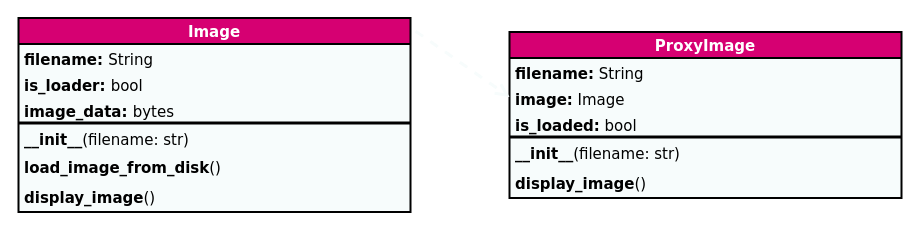
Before: Investigacion/ProxyExample.drawio in Edu-Ram/Requerimientos, a draw.io diagram. Source tidied: cells renumbered, new cells numbered last; positions are measured from the earlier drawing's top-left corner, leaving out a move shared by most shapes. Both pictures are drawn from the tidied source at 100%, with x=0, y=0 at pixel (18, 18).
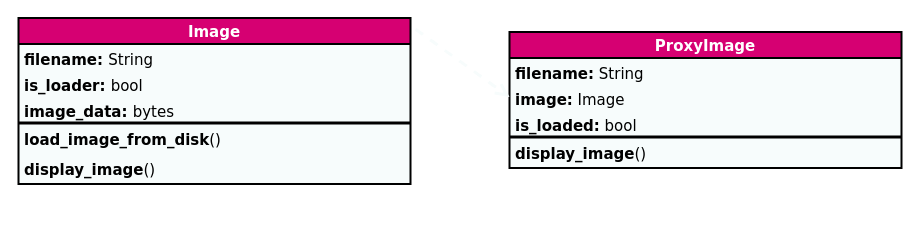
Above is the later version.

The edit, as a diff of the source:
```diff
@@
 <mxGraphModel>
   <root>
     <mxCell id="0" />
     <mxCell id="1" parent="0" />
     <mxCell id="2" value="ProxyImage             " style="swimlane;fontStyle=1;horizontal=1;startSize=26;fillColor=#D60072;whiteSpace=wrap;html=1;fontColor=#ffffff;strokeColor=#000000;fontSize=15;strokeWidth=2;swimlaneFillColor=#F7FCFC;fontFamily=Verdana;" parent="1" vertex="1">
-      <mxGeometry x="491" y="13.5" width="392" height="166" as="geometry" />
+      <mxGeometry x="491" y="13.5" width="392" height="136" as="geometry" />
     </mxCell>
     <mxCell id="3" value="&lt;b&gt;filename:&lt;/b&gt;&amp;nbsp;String" style="text;strokeColor=none;fillColor=none;align=left;verticalAlign=top;spacingLeft=4;spacingRight=4;overflow=hidden;whiteSpace=wrap;html=1;fontColor=#000000;fontSize=15;fontFamily=Verdana;" parent="2" vertex="1">
       <mxGeometry y="26" width="392" height="26" as="geometry" />
     </mxCell>
     <mxCell id="4" value="&lt;b&gt;image:&lt;/b&gt; Image" style="text;strokeColor=none;fillColor=none;align=left;verticalAlign=top;spacingLeft=4;spacingRight=4;overflow=hidden;points=[[0,0.5],[1,0.5]];portConstraint=eastwest;whiteSpace=wrap;html=1;fontColor=#000000;fontSize=15;fontFamily=Verdana;" parent="2" vertex="1">
       <mxGeometry y="52" width="392" height="26" as="geometry" />
     </mxCell>
     <mxCell id="5" value="&lt;b&gt;is_loaded:&lt;/b&gt; bool" style="text;strokeColor=none;fillColor=none;align=left;verticalAlign=top;spacingLeft=4;spacingRight=4;overflow=hidden;whiteSpace=wrap;html=1;fontColor=#000000;fontSize=15;fontFamily=Verdana;" parent="2" vertex="1">
       <mxGeometry y="78" width="392" height="26" as="geometry" />
     </mxCell>
     <mxCell id="6" style="line;strokeWidth=3;fillColor=none;align=left;verticalAlign=middle;spacingTop=-1;spacingLeft=3;spacingRight=3;labelPosition=right;strokeColor=inherit;fontColor=#000000;fontSize=15;fontFamily=Verdana;" parent="2" vertex="1">
       <mxGeometry y="104" width="392" height="2" as="geometry" />
     </mxCell>
-    <mxCell id="7" value="&lt;b&gt;__init__&lt;/b&gt;(filename: str)" style="text;strokeColor=none;fillColor=none;align=left;verticalAlign=top;spacingLeft=4;spacingRight=4;overflow=hidden;whiteSpace=wrap;html=1;fontColor=#000000;fontSize=15;fontFamily=Verdana;" parent="2" vertex="1">
-      <mxGeometry y="106" width="392" height="30" as="geometry" />
-    </mxCell>
     <mxCell id="8" value="&lt;b&gt;display_image&lt;/b&gt;()" style="text;strokeColor=none;fillColor=none;align=left;verticalAlign=top;spacingLeft=4;spacingRight=4;overflow=hidden;whiteSpace=wrap;html=1;fontColor=#000000;fontSize=15;fontFamily=Verdana;" parent="2" vertex="1">
-      <mxGeometry y="136" width="392" height="30" as="geometry" />
+      <mxGeometry y="106" width="392" height="30" as="geometry" />
     </mxCell>
     <mxCell id="9" value="Image" style="swimlane;fontStyle=1;horizontal=1;startSize=26;fillColor=#D60072;whiteSpace=wrap;html=1;points=[[0,0,0,0,0],[0,0.25,0,0,0],[0,0.5,0,0,0],[0,0.75,0,0,0],[0,1,0,0,0],[0.25,0,0,0,0],[0.25,1,0,0,0],[0.5,0,0,0,0],[0.5,1,0,0,0],[0.75,0,0,0,0],[0.75,1,0,0,0],[1,0,0,0,0],[1,0.25,0,0,0],[1,0.5,0,0,0],[1,0.75,0,0,0],[1,1,0,0,0]];fontColor=#ffffff;strokeColor=#000000;fontSize=15;strokeWidth=2;swimlaneFillColor=#F7FCFC;fontFamily=Verdana;" parent="1" vertex="1">
-      <mxGeometry y="-0.5" width="392" height="194" as="geometry" />
+      <mxGeometry y="-0.5" width="392" height="166" as="geometry" />
     </mxCell>
     <mxCell id="10" value="&lt;b&gt;filename: &lt;/b&gt;String" style="text;strokeColor=none;fillColor=none;align=left;verticalAlign=top;spacingLeft=4;spacingRight=4;overflow=hidden;whiteSpace=wrap;html=1;fontColor=#000000;fontSize=15;fontFamily=Verdana;" parent="9" vertex="1">
       <mxGeometry y="26" width="392" height="26" as="geometry" />
     </mxCell>
     <mxCell id="11" value="&lt;b&gt;is_loader: &lt;/b&gt;bool" style="text;strokeColor=none;fillColor=none;align=left;verticalAlign=top;spacingLeft=4;spacingRight=4;overflow=hidden;whiteSpace=wrap;html=1;fontColor=#000000;fontSize=15;fontFamily=Verdana;" parent="9" vertex="1">
       <mxGeometry y="52" width="392" height="26" as="geometry" />
     </mxCell>
     <mxCell id="12" value="&lt;b&gt;image_data: &lt;/b&gt;bytes" style="text;strokeColor=none;fillColor=none;align=left;verticalAlign=top;spacingLeft=4;spacingRight=4;overflow=hidden;whiteSpace=wrap;html=1;fontColor=#000000;fontSize=15;fontFamily=Verdana;" parent="9" vertex="1">
       <mxGeometry y="78" width="392" height="26" as="geometry" />
     </mxCell>
     <mxCell id="13" style="line;strokeWidth=3;fillColor=none;align=left;verticalAlign=middle;spacingTop=-1;spacingLeft=3;spacingRight=3;labelPosition=right;strokeColor=inherit;fontColor=#000000;fontSize=15;fontFamily=Verdana;" parent="9" vertex="1">
       <mxGeometry y="104" width="392" height="2" as="geometry" />
     </mxCell>
-    <mxCell id="14" value="&lt;b&gt;__init__&lt;/b&gt;(filename: str)" style="text;strokeColor=none;fillColor=none;align=left;verticalAlign=top;spacingLeft=4;spacingRight=4;overflow=hidden;whiteSpace=wrap;html=1;fontColor=#000000;fontSize=15;fontFamily=Verdana;" parent="9" vertex="1">
-      <mxGeometry y="106" width="392" height="28" as="geometry" />
-    </mxCell>
     <mxCell id="15" value="&lt;b&gt;load_image_from_disk&lt;/b&gt;()" style="text;strokeColor=none;fillColor=none;align=left;verticalAlign=top;spacingLeft=4;spacingRight=4;overflow=hidden;whiteSpace=wrap;html=1;fontColor=#000000;fontSize=15;fontFamily=Verdana;" parent="9" vertex="1">
-      <mxGeometry y="134" width="392" height="30" as="geometry" />
+      <mxGeometry y="106" width="392" height="30" as="geometry" />
     </mxCell>
     <mxCell id="16" value="&lt;b&gt;display_image&lt;/b&gt;()" style="text;strokeColor=none;fillColor=none;align=left;verticalAlign=top;spacingLeft=4;spacingRight=4;overflow=hidden;whiteSpace=wrap;html=1;fontColor=#000000;fontSize=15;fontFamily=Verdana;" parent="9" vertex="1">
-      <mxGeometry y="164" width="392" height="30" as="geometry" />
+      <mxGeometry y="136" width="392" height="30" as="geometry" />
     </mxCell>
     <mxCell id="17" style="html=1;verticalAlign=bottom;endArrow=open;dashed=1;endSize=8;curved=0;rounded=0;strokeColor=#F7FCFC;strokeWidth=3;exitX=1.013;exitY=0.068;exitDx=0;exitDy=0;entryX=0;entryY=0.5;entryDx=0;entryDy=0;exitPerimeter=0;" parent="1" edge="1" source="9" target="4">
       <mxGeometry relative="1" as="geometry" />
     </mxCell>
   </root>
 </mxGraphModel>
```
